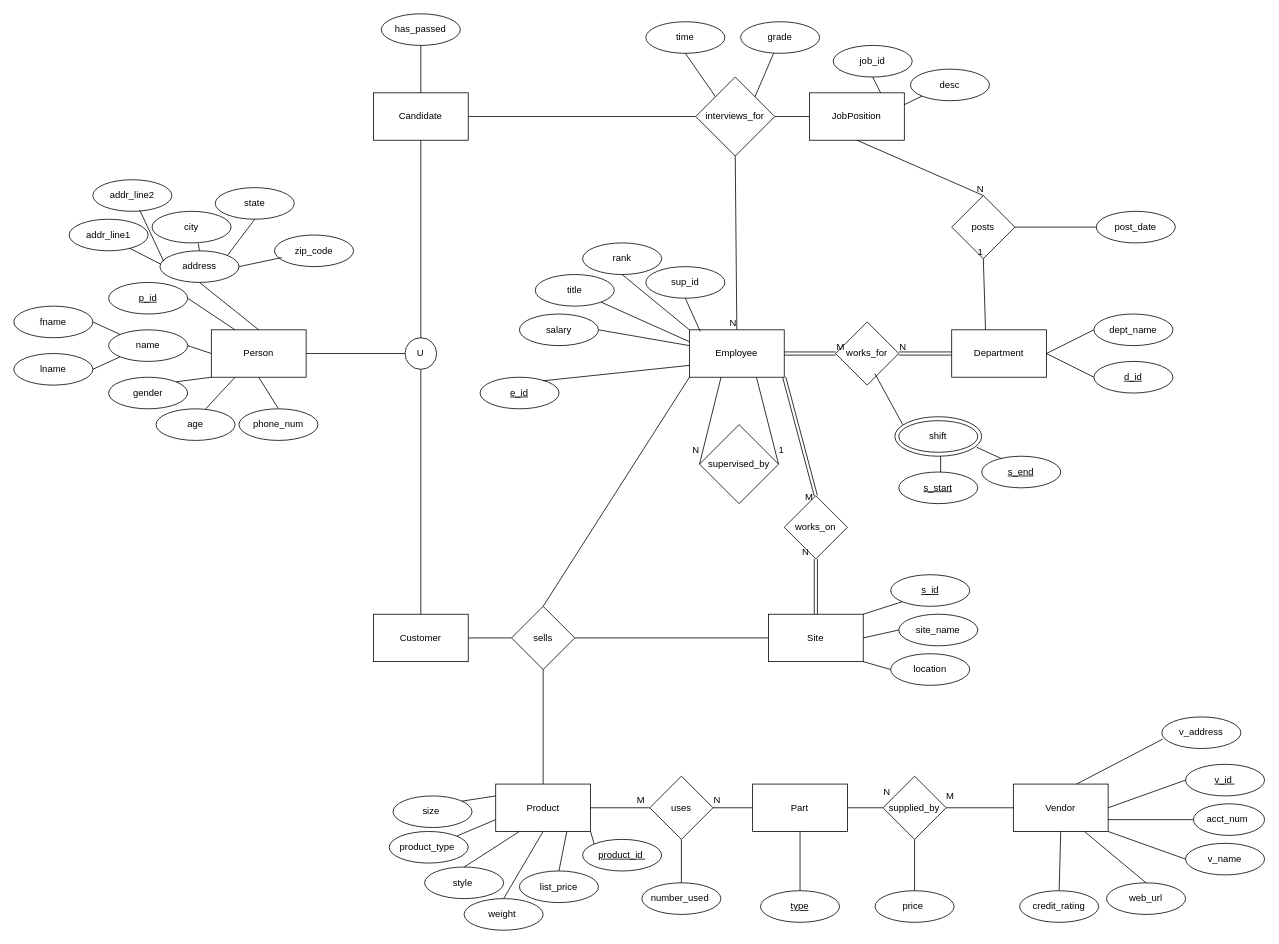
Above: EER Diagram.drawio.xml in yams-yams/SQLProject (draw.io), before the change. Source tidied: cells renumbered, new cells numbered last; positions are measured from the earlier drawing's top-left corner, leaving out a move shared by most shapes. Both pictures are drawn from the tidied source at 79%, with x=0, y=0 at pixel (13, 13).
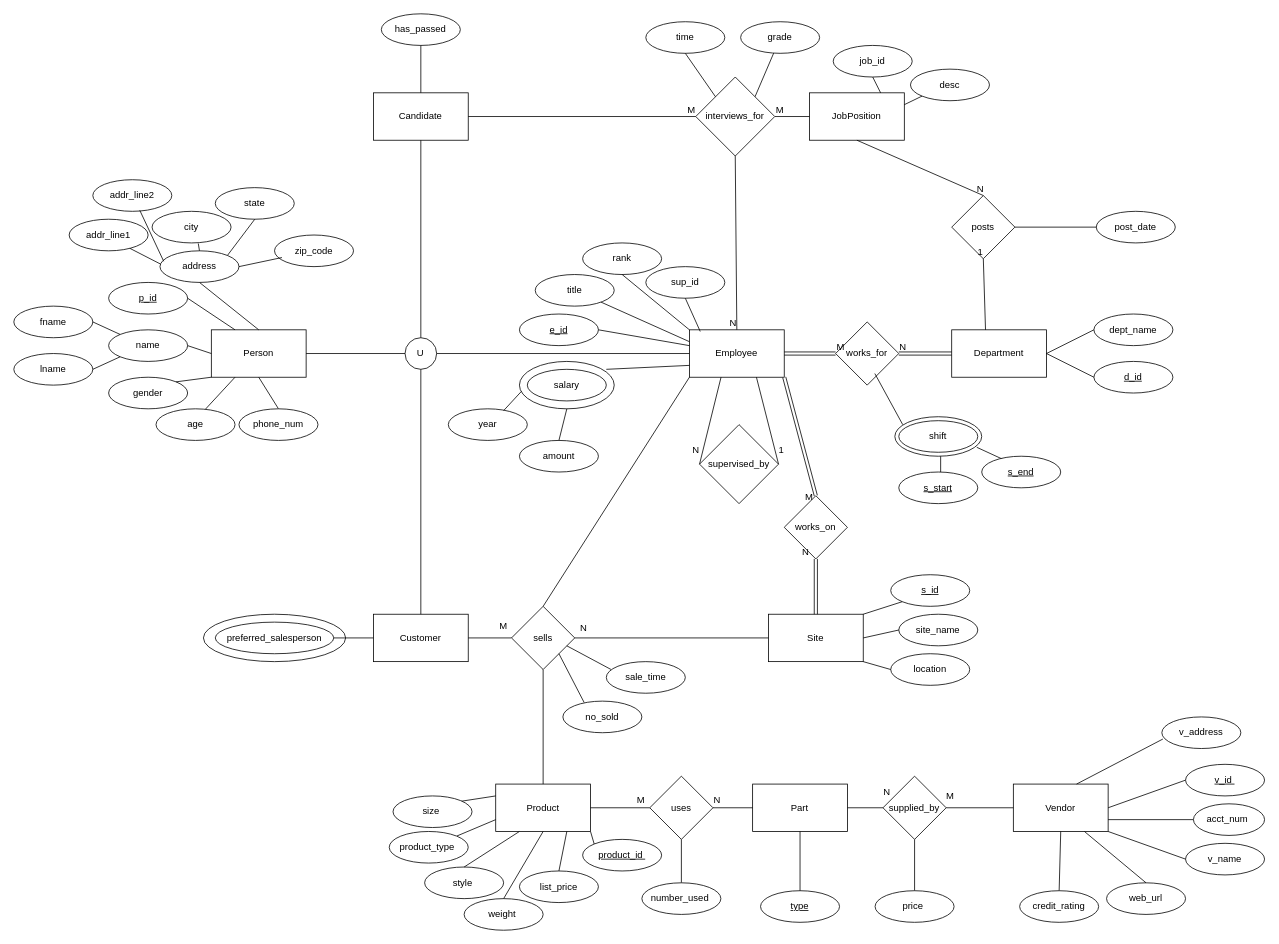
The same page after the edit.

Unchanged cells that the change refers to:
```xml
<mxCell id="2" value="Employee" style="rounded=0;whiteSpace=wrap;html=1;" parent="1" vertex="1">
  <mxGeometry x="855.2" y="400" width="120" height="60" as="geometry" />
</mxCell>
<mxCell id="13" value="sells" style="rhombus;whiteSpace=wrap;html=1;" parent="1" vertex="1">
  <mxGeometry x="630" y="750" width="80" height="80" as="geometry" />
</mxCell>
<mxCell id="21" value="U" style="ellipse;whiteSpace=wrap;html=1;align=center;" parent="1" vertex="1">
  <mxGeometry x="495.2" y="410" width="40" height="40" as="geometry" />
</mxCell>
<mxCell id="136" value="Customer" style="rounded=0;whiteSpace=wrap;html=1;" parent="1" vertex="1">
  <mxGeometry x="455.2" y="760" width="120" height="60" as="geometry" />
</mxCell>
```

The edit, as a diff of the source:
```diff
@@
+    <mxCell id="151" style="ellipse;whiteSpace=wrap;html=1;rotation=0;" parent="1" vertex="1">
+      <mxGeometry x="240" y="760" width="180" height="60" as="geometry" />
+    </mxCell>
+    <mxCell id="152" style="ellipse;whiteSpace=wrap;html=1;" parent="1" vertex="1">
+      <mxGeometry x="640" y="440" width="120" height="60" as="geometry" />
+    </mxCell>
@@
-    <mxCell id="99" value="&lt;u&gt;e_id&lt;/u&gt;" style="ellipse;whiteSpace=wrap;html=1;rotation=0;" parent="1" vertex="1">
-      <mxGeometry x="590.2" y="460" width="100" height="40" as="geometry" />
+    <mxCell id="99" value="salary" style="ellipse;whiteSpace=wrap;html=1;rotation=0;" parent="1" vertex="1">
+      <mxGeometry x="650" y="450" width="100" height="40" as="geometry" />
     </mxCell>
@@
-    <mxCell id="102" value="salary" style="ellipse;whiteSpace=wrap;html=1;rotation=0;" parent="1" vertex="1">
+    <mxCell id="102" value="&lt;u&gt;e_id&lt;/u&gt;" style="ellipse;whiteSpace=wrap;html=1;rotation=0;" parent="1" vertex="1">
       <mxGeometry x="640" y="380" width="100" height="40" as="geometry" />
     </mxCell>
-    <mxCell id="103" style="endArrow=none;html=1;rounded=0;exitX=0.795;exitY=0.114;exitDx=0;exitDy=0;exitPerimeter=0;entryX=0;entryY=0.75;entryDx=0;entryDy=0;" parent="1" edge="1" source="99" target="2">
-      <mxGeometry relative="1" as="geometry" />
+    <mxCell id="103" style="endArrow=none;html=1;rounded=0;entryX=0;entryY=0.75;entryDx=0;entryDy=0;" parent="1" edge="1" target="2">
+      <mxGeometry relative="1" as="geometry">
+        <mxPoint x="750" y="450" as="sourcePoint" />
+      </mxGeometry>
     </mxCell>
@@
+    <mxCell id="153" value="year" style="ellipse;whiteSpace=wrap;html=1;rotation=0;" parent="1" vertex="1">
+      <mxGeometry x="550" y="500" width="100" height="40" as="geometry" />
+    </mxCell>
+    <mxCell id="154" style="endArrow=none;html=1;rounded=0;entryX=-0.074;entryY=0.696;entryDx=0;entryDy=0;entryPerimeter=0;exitX=0.7;exitY=0.056;exitDx=0;exitDy=0;exitPerimeter=0;" parent="1" edge="1" source="153" target="99">
+      <mxGeometry relative="1" as="geometry" />
+    </mxCell>
+    <mxCell id="155" value="amount" style="ellipse;whiteSpace=wrap;html=1;rotation=0;" parent="1" vertex="1">
+      <mxGeometry x="640" y="540" width="100" height="40" as="geometry" />
+    </mxCell>
+    <mxCell id="156" style="endArrow=none;html=1;rounded=0;exitX=0.5;exitY=0;exitDx=0;exitDy=0;" parent="1" edge="1" source="155">
+      <mxGeometry relative="1" as="geometry">
+        <mxPoint x="700" y="500" as="targetPoint" />
+      </mxGeometry>
+    </mxCell>
+    <mxCell id="157" style="endArrow=none;html=1;rounded=0;entryX=0;entryY=0.5;entryDx=0;entryDy=0;exitX=1;exitY=0.5;exitDx=0;exitDy=0;" parent="1" edge="1" source="158" target="136">
+      <mxGeometry relative="1" as="geometry" />
+    </mxCell>
+    <mxCell id="158" value="preferred_salesperson" style="ellipse;whiteSpace=wrap;html=1;rotation=0;" parent="1" vertex="1">
+      <mxGeometry x="255" y="770" width="150" height="40" as="geometry" />
+    </mxCell>
+    <mxCell id="159" style="endArrow=none;html=1;rounded=0;exitX=0.059;exitY=0.248;exitDx=0;exitDy=0;exitPerimeter=0;" parent="1" edge="1" source="160">
+      <mxGeometry relative="1" as="geometry">
+        <mxPoint x="700" y="800" as="targetPoint" />
+      </mxGeometry>
+    </mxCell>
+    <mxCell id="160" value="sale_time" style="ellipse;whiteSpace=wrap;html=1;rotation=0;" parent="1" vertex="1">
+      <mxGeometry x="750" y="820" width="100" height="40" as="geometry" />
+    </mxCell>
+    <mxCell id="161" value="no_sold" style="ellipse;whiteSpace=wrap;html=1;rotation=0;" parent="1" vertex="1">
+      <mxGeometry x="695" y="870" width="100" height="40" as="geometry" />
+    </mxCell>
+    <mxCell id="162" style="endArrow=none;html=1;rounded=0;entryX=1;entryY=1;entryDx=0;entryDy=0;exitX=0.269;exitY=0.043;exitDx=0;exitDy=0;exitPerimeter=0;" parent="1" edge="1" source="161" target="13">
+      <mxGeometry relative="1" as="geometry" />
+    </mxCell>
+    <mxCell id="163" style="endArrow=none;html=1;rounded=0;entryX=1;entryY=0.5;entryDx=0;entryDy=0;exitX=0;exitY=0.5;exitDx=0;exitDy=0;" parent="1" edge="1" source="2" target="21">
+      <mxGeometry relative="1" as="geometry" />
+    </mxCell>
+    <mxCell id="164" value="M" style="html=1;align=right;verticalAlign=bottom;" parent="1" vertex="1">
+      <mxGeometry x="975.2" y="130" as="geometry" />
+    </mxCell>
+    <mxCell id="165" value="M" style="html=1;align=right;verticalAlign=bottom;" parent="1" vertex="1">
+      <mxGeometry x="863.2" y="130" as="geometry" />
+    </mxCell>
+    <mxCell id="166" value="N" style="html=1;align=right;verticalAlign=bottom;" parent="1" vertex="1">
+      <mxGeometry x="878" y="570" as="geometry">
+        <mxPoint x="-152" y="216" as="offset" />
+      </mxGeometry>
+    </mxCell>
+    <mxCell id="167" value="M" style="text;html=1;strokeColor=none;fillColor=none;align=center;verticalAlign=middle;whiteSpace=wrap;rounded=0;" parent="1" vertex="1">
+      <mxGeometry x="590" y="760" width="60" height="30" as="geometry" />
+    </mxCell>
```
